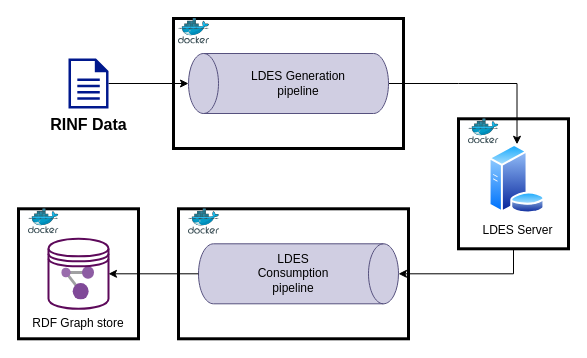
julianrojas87/CA-RINF-LDES keeps this draw.io diagram as page "Page-3" (3 of 3) of docs/overview.drawio. Above is the earlier version. Source tidied: cells renumbered, new cells numbered last; positions are measured from the earlier drawing's top-left corner, leaving out a move shared by most shapes. Both pictures are drawn from the tidied source at 100%, with x=0, y=0 at pixel (18, -17).
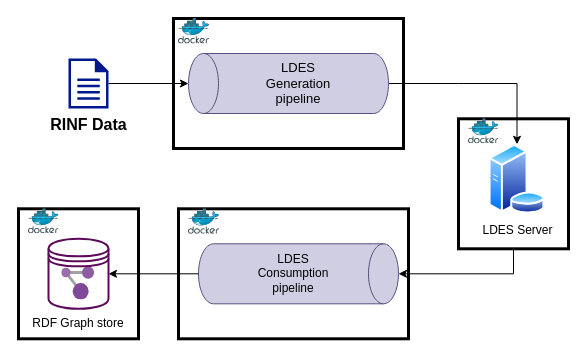
After the change.

The edit, as a diff of the source:
```diff
@@
-    <mxCell id="7" value="LDES Generation pipeline" style="text;html=1;strokeColor=none;fillColor=none;align=center;verticalAlign=middle;whiteSpace=wrap;rounded=0;" parent="1" vertex="1">
+    <mxCell id="7" value="&lt;font style=&quot;font-size: 13px;&quot;&gt;LDES Generation pipeline&lt;/font&gt;" style="text;html=1;strokeColor=none;fillColor=none;align=center;verticalAlign=middle;whiteSpace=wrap;rounded=0;" parent="1" vertex="1">
       <mxGeometry x="230" y="85" width="100" height="30" as="geometry" />
     </mxCell>
```
